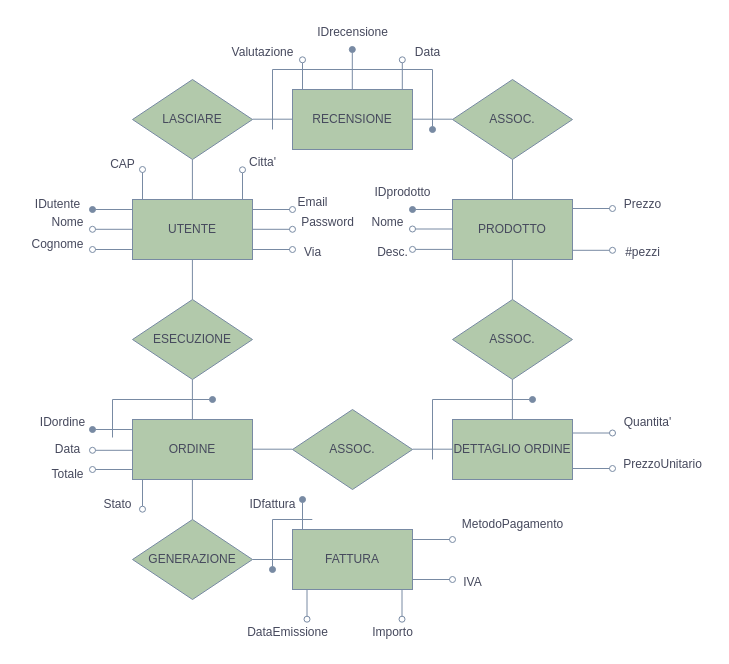
Before: Diagramma senza titolo.drawio in alexbnls/ProgettoTSW, a draw.io diagram. Source tidied: cells renumbered, new cells numbered last; positions are measured from the earlier drawing's top-left corner, leaving out a move shared by most shapes. Both pictures are drawn from the tidied source at 100%, with x=0, y=0 at pixel (17, 17).
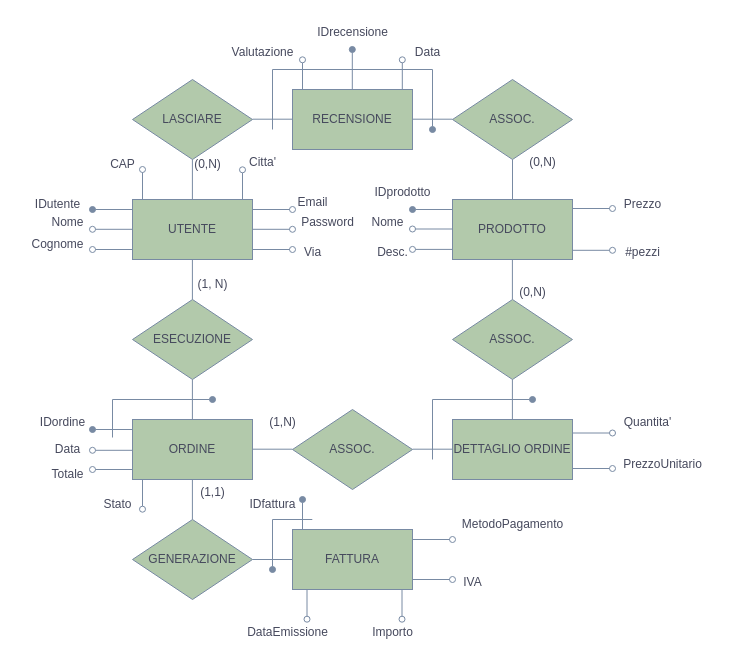
After the change.

Diff of the diagram source:
```diff
@@
+    <mxCell id="84" value="(1, N)" style="text;html=1;align=center;verticalAlign=middle;strokeColor=none;fillColor=none;fontColor=#46495D;" parent="1" vertex="1">
+      <mxGeometry x="170" y="252" width="50" height="30" as="geometry" />
+    </mxCell>
+    <mxCell id="85" value="(0,N)" style="text;html=1;align=center;verticalAlign=middle;strokeColor=none;fillColor=none;fontColor=#46495D;" parent="1" vertex="1">
+      <mxGeometry x="165" y="132" width="50" height="30" as="geometry" />
+    </mxCell>
+    <mxCell id="86" value="(1,1)" style="text;html=1;align=center;verticalAlign=middle;strokeColor=none;fillColor=none;fontColor=#46495D;" parent="1" vertex="1">
+      <mxGeometry x="170" y="460" width="50" height="30" as="geometry" />
+    </mxCell>
+    <mxCell id="87" value="(1,N)" style="text;html=1;align=center;verticalAlign=middle;strokeColor=none;fillColor=none;fontColor=#46495D;" parent="1" vertex="1">
+      <mxGeometry x="240" y="390" width="50" height="30" as="geometry" />
+    </mxCell>
+    <mxCell id="88" value="(0,N)" style="text;html=1;align=center;verticalAlign=middle;strokeColor=none;fillColor=none;fontColor=#46495D;" parent="1" vertex="1">
+      <mxGeometry x="500" y="130" width="50" height="30" as="geometry" />
+    </mxCell>
+    <mxCell id="89" value="(0,N)" style="text;html=1;align=center;verticalAlign=middle;strokeColor=none;fillColor=none;fontColor=#46495D;" parent="1" vertex="1">
+      <mxGeometry x="490" y="260" width="50" height="30" as="geometry" />
+    </mxCell>
```
